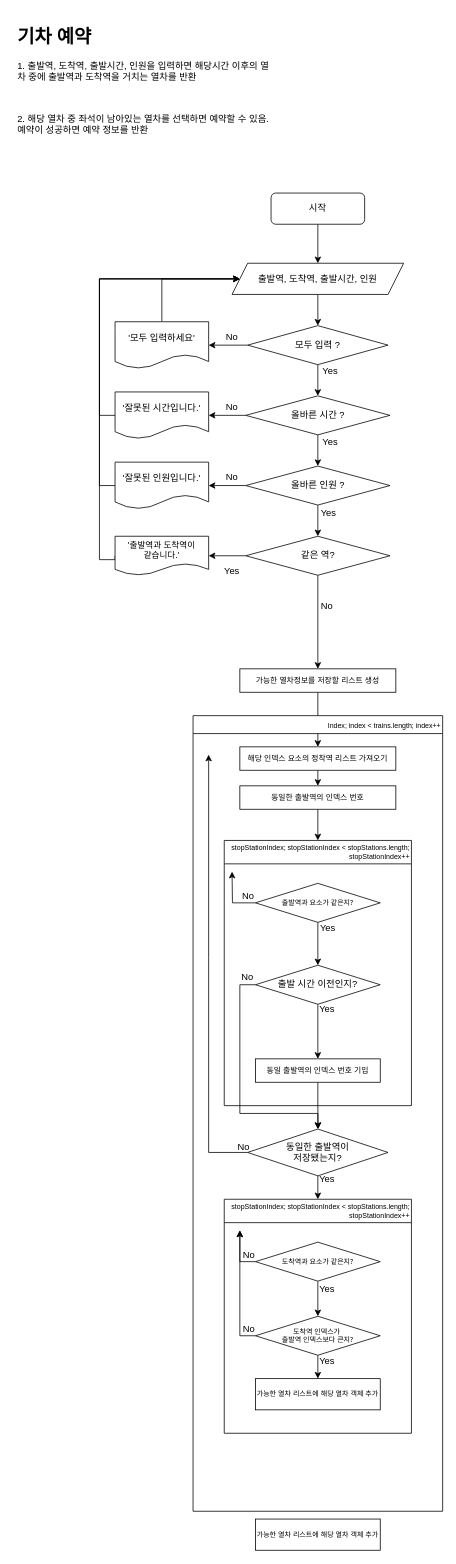
Above: Process01.drawio in MINJU0401/java-backend-20230222 (draw.io), before the change. Source tidied: cells renumbered, new cells numbered last; positions are measured from the earlier drawing's top-left corner, leaving out a move shared by most shapes. Both pictures are drawn from the tidied source at 78%, with x=0, y=0 at pixel (13, 21).
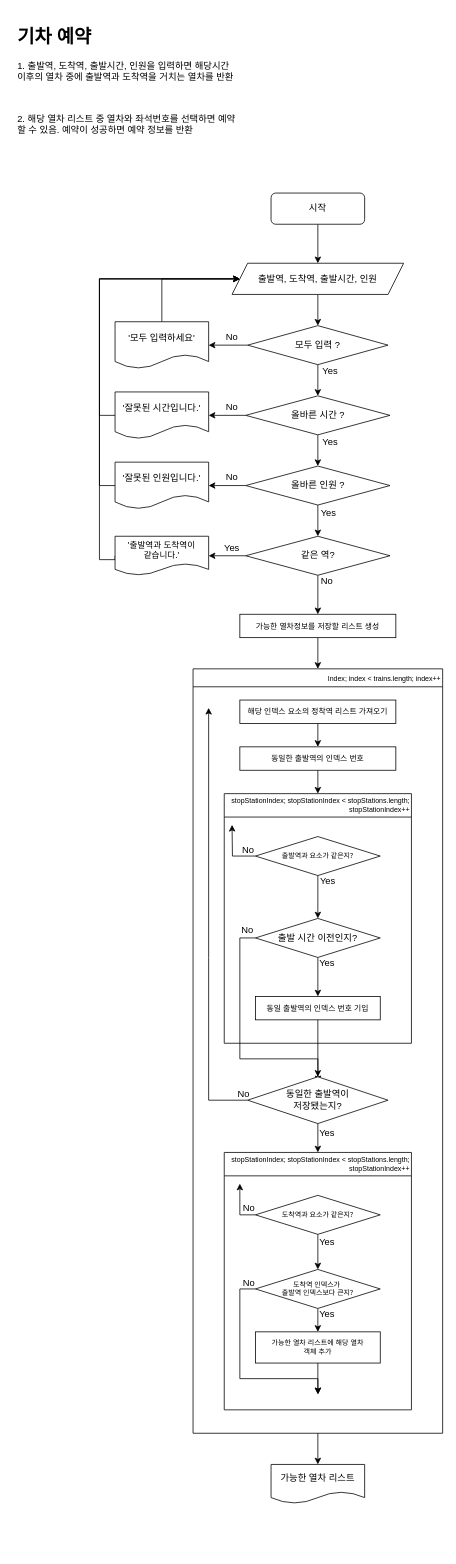
The same page after the edit.

The change refers to these unchanged cells:
```xml
<mxCell id="42" value="&lt;font style=&quot;font-size: 10px;&quot;&gt;해당 인덱스 요소의 정착역 리스트 가져오기&lt;/font&gt;" style="rounded=0;whiteSpace=wrap;html=1;" parent="40" vertex="1">
  <mxGeometry x="60" y="40" width="200" height="30" as="geometry" />
</mxCell>
<mxCell id="50" value="출발 시간 이전인지?" style="rhombus;whiteSpace=wrap;html=1;" parent="43" vertex="1">
  <mxGeometry x="40" y="160" width="160" height="50" as="geometry" />
</mxCell>
<mxCell id="63" value="&lt;p style=&quot;font-size: 9px; line-height: 10%;&quot;&gt;&lt;font face=&quot;Tahoma&quot; style=&quot;font-size: 9px;&quot;&gt;도착역 인덱스가&amp;nbsp;&lt;/font&gt;&lt;/p&gt;&lt;p style=&quot;font-size: 9px; line-height: 10%;&quot;&gt;&lt;font face=&quot;Tahoma&quot; style=&quot;font-size: 9px;&quot;&gt;출발역 인덱스보다 큰지?&lt;/font&gt;&lt;/p&gt;" style="rhombus;whiteSpace=wrap;html=1;fontSize=9;" parent="57" vertex="1">
  <mxGeometry x="40" y="150" width="160" height="50" as="geometry" />
</mxCell>
```

What changed in the source:
```diff
@@
-    <mxCell id="2" value="&lt;h1&gt;기차 예약&lt;/h1&gt;&lt;p&gt;1. 출발역, 도착역, 출발시간, 인원을 입력하면 해당시간 이후의 열차 중에 출발역과 도착역을 거치는 열차를 반환&lt;/p&gt;&lt;p&gt;&lt;br&gt;&lt;/p&gt;&lt;p&gt;2. 해당 열차 중 좌석이 남아있는 열차를 선택하면 예약할 수 있음. 예약이 성공하면 예약 정보를 반환&lt;/p&gt;" style="text;html=1;strokeColor=none;fillColor=none;spacing=5;spacingTop=-20;whiteSpace=wrap;overflow=hidden;rounded=0;" parent="1" vertex="1">
-      <mxGeometry width="340" height="190" as="geometry" />
+    <mxCell id="2" value="&lt;h1&gt;기차 예약&lt;/h1&gt;&lt;p&gt;1. 출발역, 도착역, 출발시간, 인원을 입력하면 해당시간 이후의 열차 중에 출발역과 도착역을 거치는 열차를 반환&lt;/p&gt;&lt;p&gt;&lt;br&gt;&lt;/p&gt;&lt;p&gt;2. 해당 열차 리스트 중 열차와 좌석번호를 선택하면 예약할 수 있음. 예약이 성공하면 예약 정보를 반환&lt;/p&gt;" style="text;html=1;strokeColor=none;fillColor=none;spacing=5;spacingTop=-20;whiteSpace=wrap;overflow=hidden;rounded=0;" parent="1" vertex="1">
+      <mxGeometry width="290" height="190" as="geometry" />
     </mxCell>
@@
-    <mxCell id="28" style="edgeStyle=orthogonalEdgeStyle;rounded=0;jettySize=auto;html=1;exitX=0.5;exitY=1;exitDx=0;exitDy=0;entryX=0.5;entryY=0;entryDx=0;entryDy=0;" parent="1" edge="1" source="29" target="42">
-      <mxGeometry relative="1" as="geometry" />
-    </mxCell>
+    <mxCell id="74" style="edgeStyle=orthogonalEdgeStyle;rounded=0;jettySize=auto;html=1;exitX=0.5;exitY=1;exitDx=0;exitDy=0;entryX=0.5;entryY=0;entryDx=0;entryDy=0;" parent="1" edge="1" source="29" target="40">
+      <mxGeometry relative="1" as="geometry" />
+    </mxCell>
     <mxCell id="29" value="&lt;span style=&quot;font-size: 10px;&quot;&gt;가능한 열차정보를 저장할 리스트 생성&lt;/span&gt;" style="rounded=0;whiteSpace=wrap;html=1;" parent="1" vertex="1">
-      <mxGeometry x="290" y="830" width="200" height="30" as="geometry" />
+      <mxGeometry x="290" y="760" width="200" height="30" as="geometry" />
     </mxCell>
     <mxCell id="30" style="edgeStyle=orthogonalEdgeStyle;rounded=0;jettySize=auto;html=1;exitX=0;exitY=0.5;exitDx=0;exitDy=0;" parent="1" edge="1" source="70">
       <mxGeometry relative="1" as="geometry">
-        <mxPoint x="250" y="940" as="targetPoint" />
+        <mxPoint x="250" y="880" as="targetPoint" />
         <Array as="points">
           <mxPoint x="250" y="1200" />
           <mxPoint x="250" y="786" />
         </Array>
       </mxGeometry>
     </mxCell>
@@
     <mxCell id="36" value="Yes" style="text;html=1;strokeColor=none;fillColor=none;align=center;verticalAlign=middle;whiteSpace=wrap;rounded=0;" parent="1" vertex="1">
-      <mxGeometry x="250" y="690" width="60" height="30" as="geometry" />
+      <mxGeometry x="250" y="660" width="60" height="30" as="geometry" />
     </mxCell>
@@
     <mxCell id="38" value="No" style="text;html=1;strokeColor=none;fillColor=none;align=center;verticalAlign=middle;whiteSpace=wrap;rounded=0;" parent="1" vertex="1">
-      <mxGeometry x="372" y="735" width="60" height="30" as="geometry" />
+      <mxGeometry x="372" y="703" width="60" height="30" as="geometry" />
     </mxCell>
-    <mxCell id="39" value="가능한 열차 리스트에 해당 열차 객체 추가" style="rounded=0;whiteSpace=wrap;html=1;fontSize=9;" parent="1" vertex="1">
-      <mxGeometry x="310" y="1920" width="160" height="40" as="geometry" />
-    </mxCell>
+    <mxCell id="75" style="edgeStyle=orthogonalEdgeStyle;rounded=0;jettySize=auto;html=1;exitX=0.5;exitY=1;exitDx=0;exitDy=0;entryX=0.5;entryY=0;entryDx=0;entryDy=0;" parent="1" edge="1" source="40" target="78">
+      <mxGeometry relative="1" as="geometry" />
+    </mxCell>
     <mxCell id="40" value="&lt;span style=&quot;font-weight: normal;&quot;&gt;&lt;font style=&quot;font-size: 9px;&quot;&gt;Index; index &amp;lt; trains.length; index++&lt;/font&gt;&lt;/span&gt;" style="swimlane;whiteSpace=wrap;html=1;align=right;" parent="1" vertex="1">
-      <mxGeometry x="230" y="890" width="320" height="1020" as="geometry" />
+      <mxGeometry x="230" y="830" width="320" height="980" as="geometry" />
     </mxCell>
@@
     <mxCell id="43" value="&lt;span style=&quot;font-weight: normal; font-size: 9px;&quot;&gt;&lt;font style=&quot;font-size: 9px;&quot;&gt;stopStationIndex; stopStationIndex &amp;lt; stopStations.length; stopStationIndex++&lt;/font&gt;&lt;/span&gt;" style="swimlane;whiteSpace=wrap;html=1;startSize=30;fontSize=9;align=right;" parent="40" vertex="1">
-      <mxGeometry x="40" y="160" width="240" height="340" as="geometry" />
+      <mxGeometry x="40" y="160" width="240" height="320" as="geometry" />
     </mxCell>
@@
     <mxCell id="48" value="&lt;font style=&quot;font-size: 10px;&quot;&gt;동일 출발역의 인덱스 번호 기입&lt;/font&gt;" style="rounded=0;whiteSpace=wrap;html=1;fontSize=11;" parent="43" vertex="1">
-      <mxGeometry x="40" y="280" width="160" height="30" as="geometry" />
+      <mxGeometry x="40" y="260" width="160" height="30" as="geometry" />
     </mxCell>
@@
     <mxCell id="56" value="&lt;font style=&quot;font-size: 10px;&quot;&gt;동일한 출발역의 인덱스 번호&lt;/font&gt;" style="rounded=0;whiteSpace=wrap;html=1;" parent="40" vertex="1">
-      <mxGeometry x="60" y="90" width="200" height="30" as="geometry" />
+      <mxGeometry x="60" y="100" width="200" height="30" as="geometry" />
     </mxCell>
     <mxCell id="57" value="&lt;span style=&quot;font-weight: normal; font-size: 9px;&quot;&gt;&lt;font style=&quot;font-size: 9px;&quot;&gt;stopStationIndex; stopStationIndex &amp;lt; stopStations.length; stopStationIndex++&lt;/font&gt;&lt;/span&gt;" style="swimlane;whiteSpace=wrap;html=1;startSize=30;fontSize=9;align=right;" parent="40" vertex="1">
-      <mxGeometry x="40" y="620" width="240" height="300" as="geometry" />
+      <mxGeometry x="40" y="620" width="240" height="330" as="geometry" />
     </mxCell>
@@
-    <mxCell id="61" style="edgeStyle=orthogonalEdgeStyle;rounded=0;jettySize=auto;html=1;exitX=0;exitY=0.5;exitDx=0;exitDy=0;" parent="57" edge="1" source="63">
-      <mxGeometry relative="1" as="geometry">
-        <mxPoint x="20" y="40" as="targetPoint" />
-        <Array as="points">
-          <mxPoint x="20" y="175" />
-          <mxPoint x="20" y="40" />
-        </Array>
-      </mxGeometry>
-    </mxCell>
@@
+    <mxCell id="76" style="edgeStyle=orthogonalEdgeStyle;rounded=0;jettySize=auto;html=1;exitX=0;exitY=0.5;exitDx=0;exitDy=0;" parent="57" edge="1" source="63">
+      <mxGeometry relative="1" as="geometry">
+        <mxPoint x="120" y="310" as="targetPoint" />
+        <Array as="points">
+          <mxPoint x="20" y="175" />
+          <mxPoint x="20" y="290" />
+        </Array>
+      </mxGeometry>
+    </mxCell>
@@
+    <mxCell id="77" style="edgeStyle=orthogonalEdgeStyle;rounded=0;jettySize=auto;html=1;exitX=0.5;exitY=1;exitDx=0;exitDy=0;" parent="57" edge="1" source="64">
+      <mxGeometry relative="1" as="geometry">
+        <mxPoint x="120.3" y="310" as="targetPoint" />
+      </mxGeometry>
+    </mxCell>
-    <mxCell id="64" value="가능한 열차 리스트에 해당 열차 객체 추가" style="rounded=0;whiteSpace=wrap;html=1;fontSize=9;" parent="57" vertex="1">
+    <mxCell id="64" value="가능한 열차 리스트에 해당 열차 &lt;br&gt;객체 추가" style="rounded=0;whiteSpace=wrap;html=1;fontSize=9;" parent="57" vertex="1">
       <mxGeometry x="40" y="230" width="160" height="40" as="geometry" />
     </mxCell>
@@
     <mxCell id="66" value="No" style="text;html=1;strokeColor=none;fillColor=none;align=center;verticalAlign=middle;whiteSpace=wrap;rounded=0;" parent="57" vertex="1">
-      <mxGeometry x="2" y="152" width="60" height="30" as="geometry" />
+      <mxGeometry x="2" y="153" width="60" height="30" as="geometry" />
     </mxCell>
@@
     <mxCell id="70" value="동일한 출발역이 &lt;br&gt;저장됐는지?" style="rhombus;whiteSpace=wrap;html=1;" parent="40" vertex="1">
-      <mxGeometry x="70" y="530" width="180" height="60" as="geometry" />
+      <mxGeometry x="70" y="523" width="180" height="60" as="geometry" />
     </mxCell>
     <mxCell id="71" style="edgeStyle=orthogonalEdgeStyle;rounded=0;jettySize=auto;html=1;exitX=0;exitY=0.5;exitDx=0;exitDy=0;entryX=0.5;entryY=0;entryDx=0;entryDy=0;" parent="40" edge="1" source="50" target="70">
       <mxGeometry relative="1" as="geometry">
         <Array as="points">
           <mxPoint x="60" y="345" />
-          <mxPoint x="60" y="510" />
-          <mxPoint x="160" y="510" />
+          <mxPoint x="60" y="500" />
+          <mxPoint x="160" y="500" />
         </Array>
       </mxGeometry>
     </mxCell>
     <mxCell id="72" value="No" style="text;html=1;strokeColor=none;fillColor=none;align=center;verticalAlign=middle;whiteSpace=wrap;rounded=0;" parent="40" vertex="1">
-      <mxGeometry x="35" y="538" width="60" height="30" as="geometry" />
+      <mxGeometry x="35" y="530" width="60" height="30" as="geometry" />
     </mxCell>
@@
+    <mxCell id="78" value="가능한 열차 리스트" style="shape=document;whiteSpace=wrap;html=1;boundedLbl=1;" parent="1" vertex="1">
+      <mxGeometry x="330" y="1850" width="120" height="50" as="geometry" />
+    </mxCell>
```
